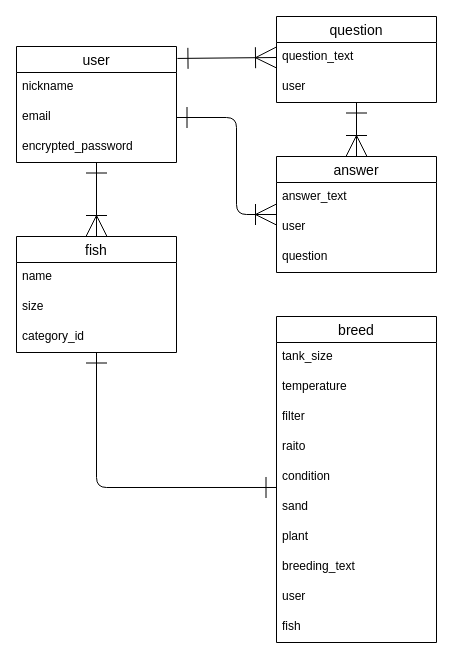
This is ER.dio from shimitar/fish-breeding, a draw.io file, before an edit. Source tidied: cells renumbered, new cells numbered last; positions are measured from the earlier drawing's top-left corner, leaving out a move shared by most shapes. Both pictures are drawn from the tidied source at 100%, with x=0, y=0 at pixel (16, 16).
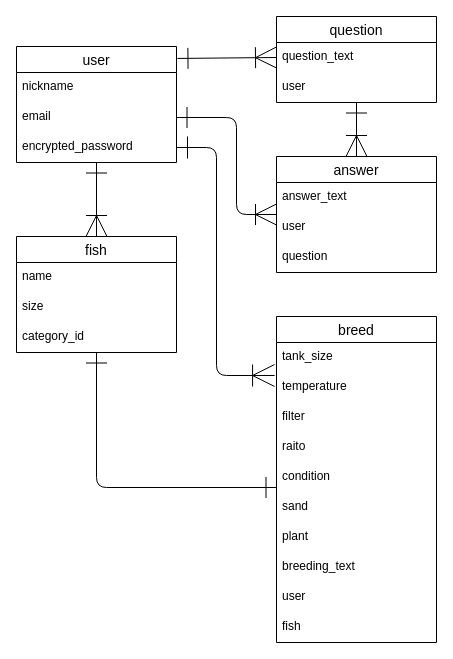
After the change.

The change refers to these unchanged cells:
```xml
<mxCell id="6" value="encrypted_password" style="text;strokeColor=none;fillColor=none;spacingLeft=4;spacingRight=4;overflow=hidden;points=[[0,0.5],[1,0.5]];portConstraint=eastwest;fontSize=12;" parent="3" vertex="1">
  <mxGeometry y="86" width="160" height="30" as="geometry" />
</mxCell>
<mxCell id="22" value="temperature " style="text;strokeColor=none;fillColor=none;spacingLeft=4;spacingRight=4;overflow=hidden;points=[[0,0.5],[1,0.5]];portConstraint=eastwest;fontSize=12;" parent="20" vertex="1">
  <mxGeometry y="56" width="160" height="30" as="geometry" />
</mxCell>
```

Change to the diagram source:
```diff
@@
+    <mxCell id="33" style="edgeStyle=none;html=1;entryX=-0.012;entryY=0.1;entryDx=0;entryDy=0;entryPerimeter=0;exitX=1;exitY=0.5;exitDx=0;exitDy=0;endArrow=ERoneToMany;endFill=0;endSize=20;startSize=20;startArrow=ERone;startFill=0;" parent="1" edge="1" source="6" target="22">
+      <mxGeometry relative="1" as="geometry">
+        <Array as="points">
+          <mxPoint x="200" y="131" />
+          <mxPoint x="200" y="359" />
+        </Array>
+      </mxGeometry>
+    </mxCell>
```
